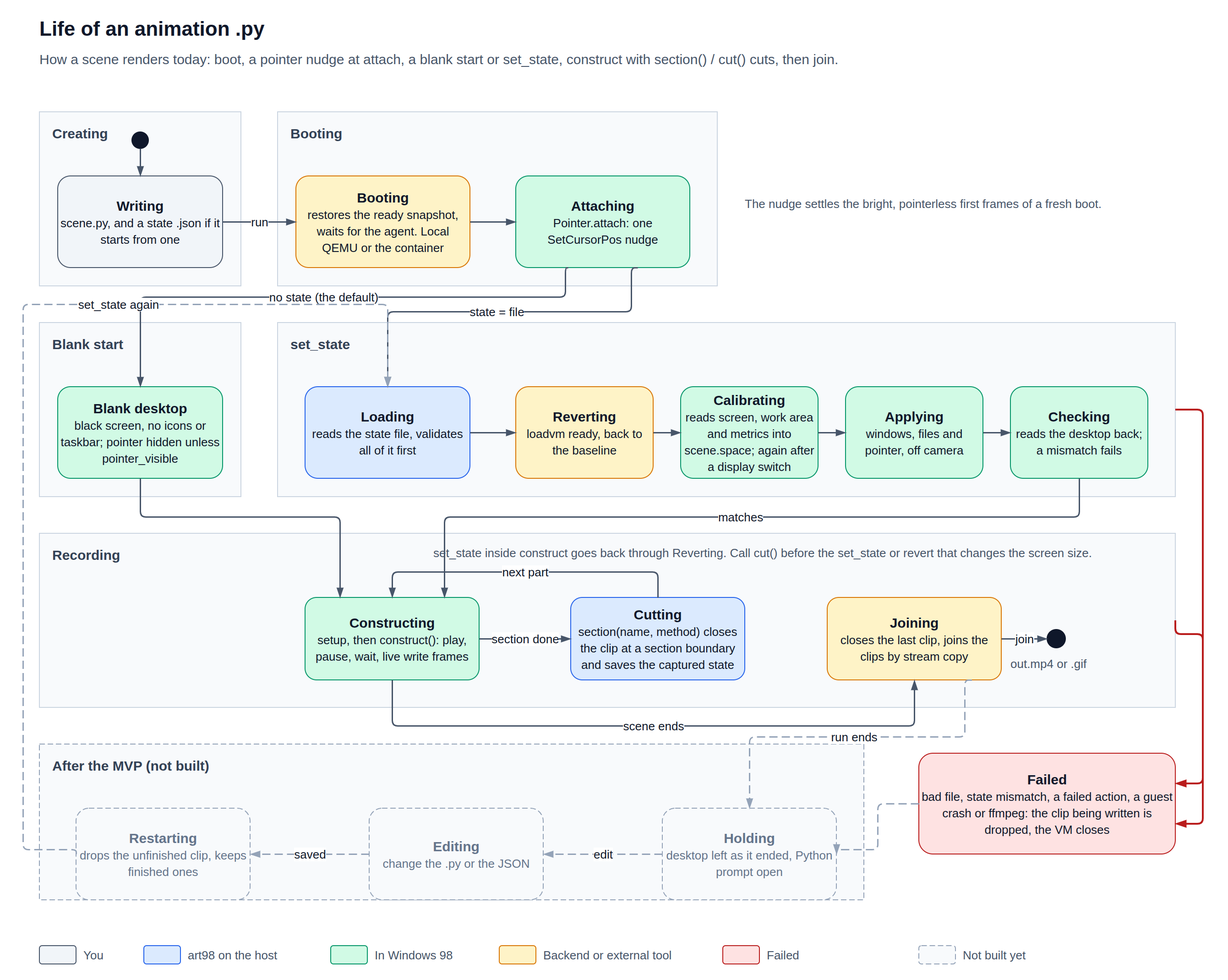
StanLukuvka/98artware keeps this draw.io diagram as docs/design/scene-lifecycle.png. Above is the earlier version. Source tidied: cells renumbered, new cells last; positions are measured from the earlier drawing's top-left corner, leaving out a move shared by most shapes.
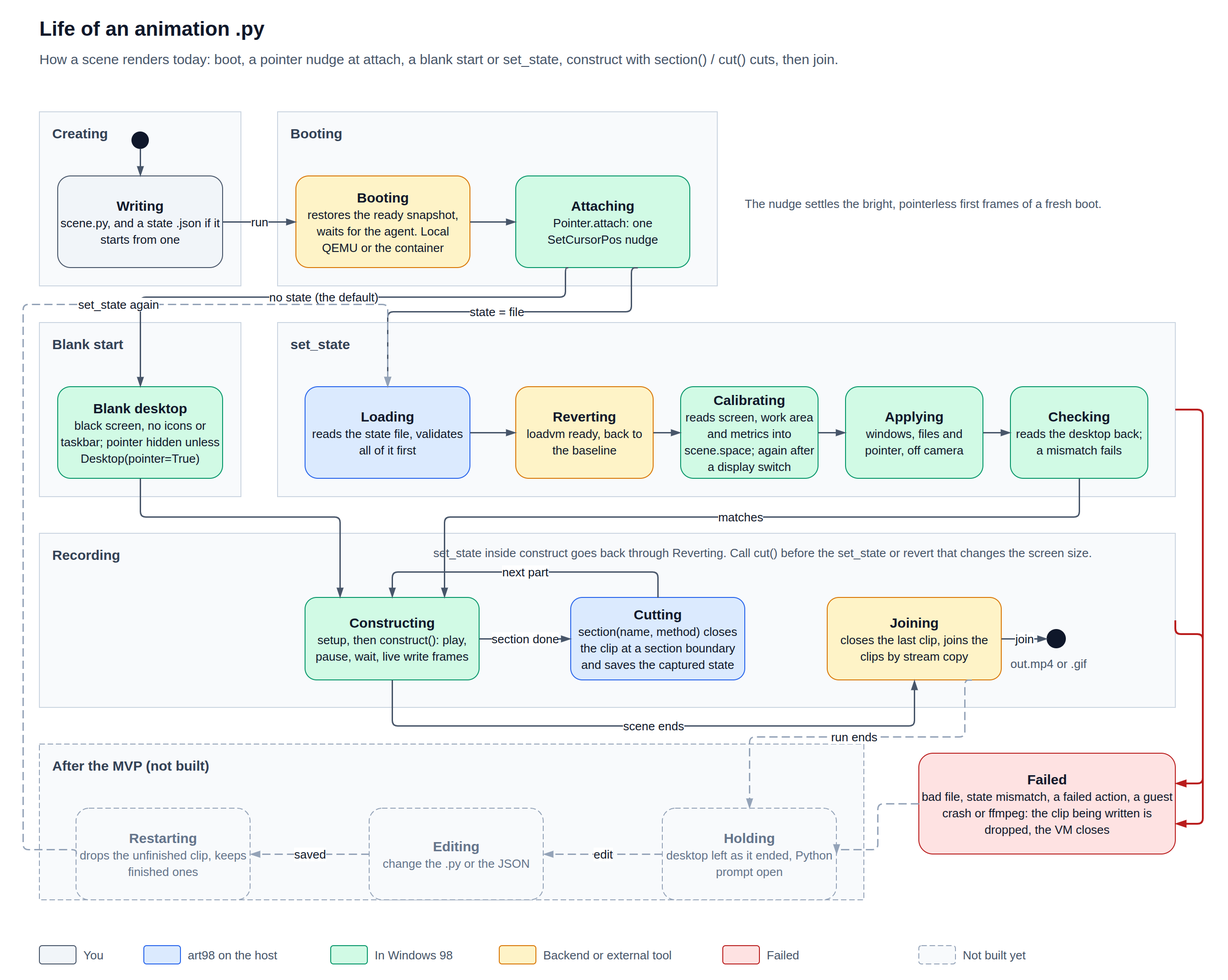
The same file after the commit.

Change to the diagram source:
```diff
@@ -68,7 +68,7 @@
     <mxCell id="23" value="The nudge settles the bright, pointerless first frames of a fresh boot." style="text;html=1;whiteSpace=wrap;strokeColor=none;fillColor=none;fontFamily=Helvetica;fontSize=13;fontColor=#475569;align=left;verticalAlign=middle;spacing=0;" parent="1" vertex="1">
       <mxGeometry x="788" y="176" width="440" height="60" as="geometry" />
     </mxCell>
-    <mxCell id="24" value="&lt;b&gt;Blank desktop&lt;/b&gt;&lt;br&gt;&lt;span style=&quot;font-size:13px&quot;&gt;black screen, no icons or taskbar; pointer hidden unless pointer_visible&lt;/span&gt;" style="rounded=1;arcSize=14;fillColor=#D1FAE5;strokeColor=#059669;whiteSpace=wrap;html=1;fontFamily=Helvetica;fontSize=15;fontColor=#0F172A;align=center;verticalAlign=middle;spacing=4;" parent="1" vertex="1">
+    <mxCell id="24" value="&lt;b&gt;Blank desktop&lt;/b&gt;&lt;br&gt;&lt;span style=&quot;font-size:13px&quot;&gt;black screen, no icons or taskbar; pointer hidden unless Desktop(pointer=True)&lt;/span&gt;" style="rounded=1;arcSize=14;fillColor=#D1FAE5;strokeColor=#059669;whiteSpace=wrap;html=1;fontFamily=Helvetica;fontSize=15;fontColor=#0F172A;align=center;verticalAlign=middle;spacing=4;" parent="1" vertex="1">
       <mxGeometry x="38" y="406" width="180" height="100" as="geometry" />
     </mxCell>
     <mxCell id="25" value="&lt;b&gt;Loading&lt;/b&gt;&lt;br&gt;&lt;span style=&quot;font-size:13px&quot;&gt;reads the state file, validates all of it first&lt;/span&gt;" style="rounded=1;arcSize=14;fillColor=#DBEAFE;strokeColor=#2563EB;whiteSpace=wrap;html=1;fontFamily=Helvetica;fontSize=15;fontColor=#0F172A;align=center;verticalAlign=middle;spacing=4;" parent="1" vertex="1">
```
